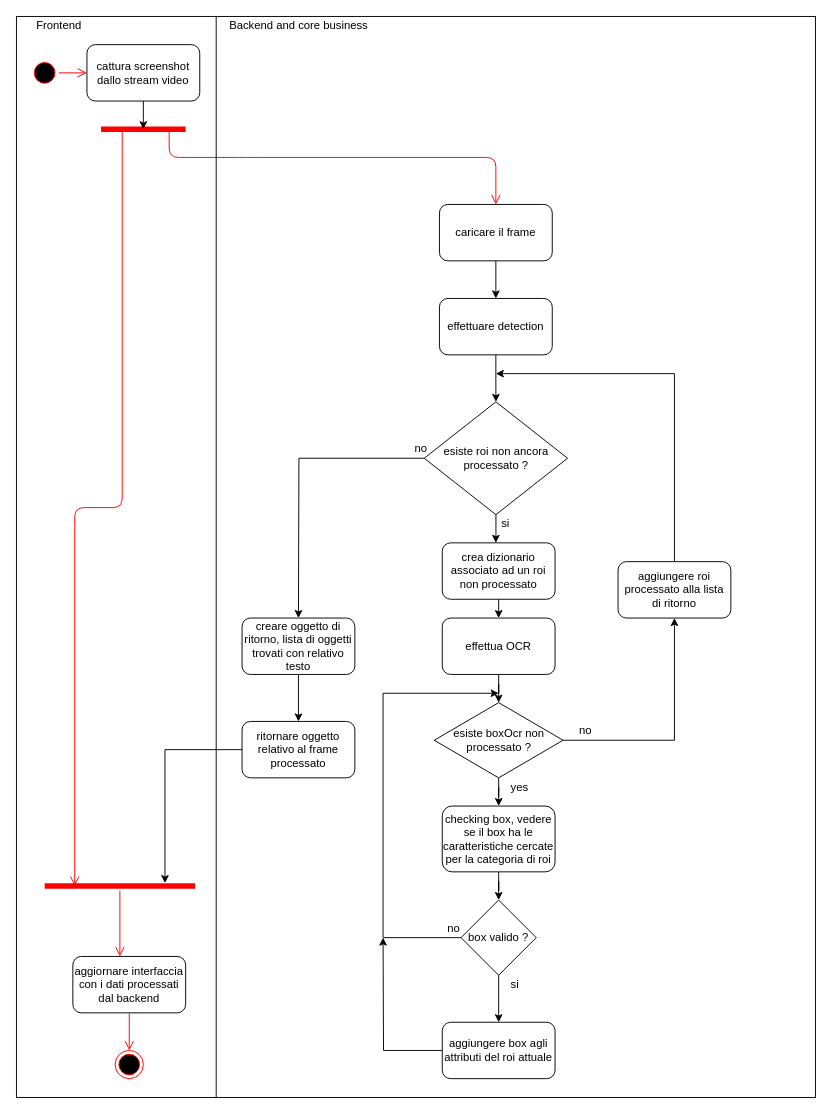
This is report/uml_activity.drawio from Andrew-Wyn/ing_SW_DIL, a draw.io file, before an edit. Source tidied: cells renumbered, new cells numbered last; positions are measured from the earlier drawing's top-left corner, leaving out a move shared by most shapes. Both pictures are drawn from the tidied source at 94%, with x=0, y=0 at pixel (16, 16).
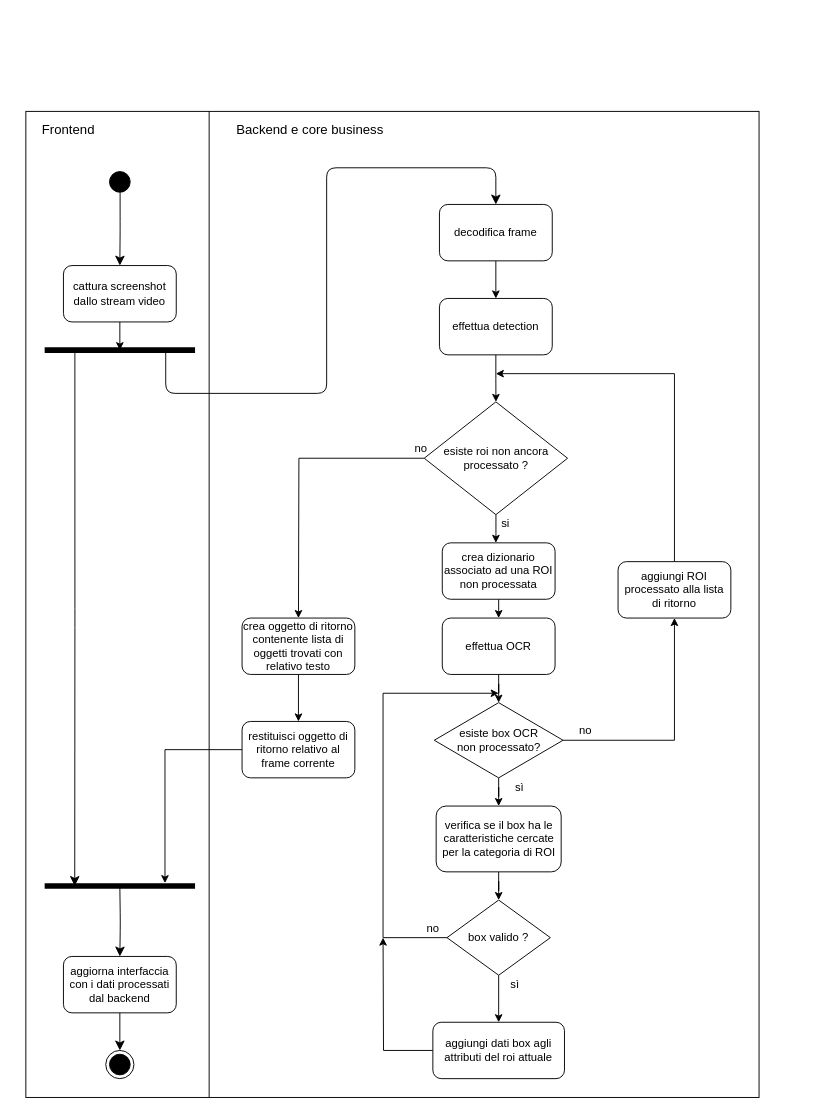
Above is the later version.

Commit message:
Improve activity diagram

Change to the diagram source:
```diff
@@
     <mxCell id="2" style="rounded=0;whiteSpace=wrap;html=1;" parent="1" vertex="1">
-      <mxGeometry width="850" height="1150" as="geometry" />
+      <mxGeometry x="10" y="101" width="780" height="1049" as="geometry" />
     </mxCell>
@@
-    <mxCell id="4" value="caricare il frame" style="rounded=1;whiteSpace=wrap;html=1;" parent="1" vertex="1">
+    <mxCell id="4" value="decodifica frame" style="rounded=1;whiteSpace=wrap;html=1;" parent="1" vertex="1">
       <mxGeometry x="450" y="200" width="120" height="60" as="geometry" />
     </mxCell>
@@
-    <mxCell id="6" value="effettuare detection" style="rounded=1;whiteSpace=wrap;html=1;" parent="1" vertex="1">
+    <mxCell id="6" value="effettua detection" style="rounded=1;whiteSpace=wrap;html=1;" parent="1" vertex="1">
       <mxGeometry x="450" y="300" width="120" height="60" as="geometry" />
     </mxCell>
@@
-    <mxCell id="11" value="crea dizionario associato ad un roi non processato" style="rounded=1;whiteSpace=wrap;html=1;" parent="1" vertex="1">
+    <mxCell id="11" value="crea dizionario associato ad una ROI non processata" style="rounded=1;whiteSpace=wrap;html=1;" parent="1" vertex="1">
       <mxGeometry x="453" y="560" width="120" height="60" as="geometry" />
     </mxCell>
@@
-    <mxCell id="16" value="esiste boxOcr non processato ?" style="rhombus;whiteSpace=wrap;html=1;" parent="1" vertex="1">
+    <mxCell id="16" value="esiste box OCR&lt;br&gt;non processato?" style="rhombus;whiteSpace=wrap;html=1;" parent="1" vertex="1">
       <mxGeometry x="444.5" y="730" width="137" height="80" as="geometry" />
     </mxCell>
@@
-    <mxCell id="18" value="aggiungere roi processato alla lista di ritorno" style="rounded=1;whiteSpace=wrap;html=1;" parent="1" vertex="1">
+    <mxCell id="18" value="aggiungi ROI processato alla lista di ritorno" style="rounded=1;whiteSpace=wrap;html=1;" parent="1" vertex="1">
       <mxGeometry x="640" y="580" width="120" height="60" as="geometry" />
     </mxCell>
@@
-    <mxCell id="20" value="checking box, vedere se il box ha le caratteristiche cercate per la categoria di roi" style="rounded=1;whiteSpace=wrap;html=1;" parent="1" vertex="1">
-      <mxGeometry x="453" y="840" width="120" height="70" as="geometry" />
+    <mxCell id="20" value="verifica se il box ha le caratteristiche cercate per la categoria di ROI" style="rounded=1;whiteSpace=wrap;html=1;" parent="1" vertex="1">
+      <mxGeometry x="446.5" y="840" width="133" height="70" as="geometry" />
     </mxCell>
@@
     <mxCell id="23" value="box valido ?" style="rhombus;whiteSpace=wrap;html=1;" parent="1" vertex="1">
-      <mxGeometry x="473" y="940" width="80" height="80" as="geometry" />
+      <mxGeometry x="458" y="940" width="110" height="80" as="geometry" />
     </mxCell>
@@
-    <mxCell id="25" value="aggiungere box agli attributi del roi attuale" style="rounded=1;whiteSpace=wrap;html=1;" parent="1" vertex="1">
-      <mxGeometry x="453" y="1070" width="120" height="60" as="geometry" />
+    <mxCell id="25" value="aggiungi dati box agli attributi del roi attuale" style="rounded=1;whiteSpace=wrap;html=1;" parent="1" vertex="1">
+      <mxGeometry x="443" y="1070" width="140" height="60" as="geometry" />
     </mxCell>
@@
-    <mxCell id="27" value="creare oggetto di ritorno, lista di oggetti trovati con relativo testo" style="rounded=1;whiteSpace=wrap;html=1;" parent="1" vertex="1">
+    <mxCell id="27" value="crea oggetto di ritorno contenente lista di oggetti trovati con relativo testo" style="rounded=1;whiteSpace=wrap;html=1;" parent="1" vertex="1">
       <mxGeometry x="240" y="640" width="120" height="60" as="geometry" />
     </mxCell>
@@
-    <mxCell id="29" value="ritornare oggetto relativo al frame processato" style="rounded=1;whiteSpace=wrap;html=1;" parent="1" vertex="1">
+    <mxCell id="29" value="restituisci oggetto di ritorno relativo al frame corrente" style="rounded=1;whiteSpace=wrap;html=1;" parent="1" vertex="1">
       <mxGeometry x="240" y="750" width="120" height="60" as="geometry" />
     </mxCell>
@@
-    <mxCell id="31" value="yes" style="text;html=1;align=center;verticalAlign=middle;" parent="1" vertex="1">
-      <mxGeometry x="520" y="810" width="30" height="20" as="geometry" />
+    <mxCell id="31" value="sì" style="text;html=1;align=center;verticalAlign=middle;" parent="1" vertex="1">
+      <mxGeometry x="525" y="810" width="20" height="20" as="geometry" />
     </mxCell>
@@
-    <mxCell id="34" value="si" style="text;html=1;align=center;verticalAlign=middle;" parent="1" vertex="1">
+    <mxCell id="34" value="sì" style="text;html=1;align=center;verticalAlign=middle;" parent="1" vertex="1">
       <mxGeometry x="520" y="1020" width="20" height="20" as="geometry" />
     </mxCell>
     <mxCell id="35" value="no" style="text;html=1;align=center;verticalAlign=middle;" parent="1" vertex="1">
-      <mxGeometry x="449.5" y="960" width="30" height="20" as="geometry" />
+      <mxGeometry x="428" y="961" width="30" height="20" as="geometry" />
     </mxCell>
-    <mxCell id="36" style="shape=line;html=1;strokeWidth=6;strokeColor=#ff0000;" parent="1" vertex="1">
+    <mxCell id="36" style="shape=line;html=1;strokeWidth=6;" parent="1" vertex="1">
       <mxGeometry x="30" y="920" width="160" height="10" as="geometry" />
     </mxCell>
-    <mxCell id="37" style="edgeStyle=orthogonalEdgeStyle;html=1;verticalAlign=bottom;endArrow=open;endSize=8;strokeColor=#ff0000;entryX=0.417;entryY=0;entryDx=0;entryDy=0;entryPerimeter=0;" parent="1" edge="1" source="36" target="43">
-      <mxGeometry relative="1" as="geometry" />
+    <mxCell id="37" style="edgeStyle=orthogonalEdgeStyle;html=1;verticalAlign=bottom;endArrow=classic;endSize=8;entryX=0.5;entryY=0;entryDx=0;entryDy=0;endFill=1;" parent="1" edge="1" target="43">
+      <mxGeometry relative="1" as="geometry">
+        <mxPoint x="110" y="926" as="sourcePoint" />
+      </mxGeometry>
     </mxCell>
-    <mxCell id="38" style="shape=line;html=1;strokeWidth=6;strokeColor=#ff0000;" parent="1" vertex="1">
-      <mxGeometry x="90" y="115" width="90" height="10" as="geometry" />
+    <mxCell id="38" style="shape=line;html=1;strokeWidth=6;" parent="1" vertex="1">
+      <mxGeometry x="30" y="350" width="160" height="10" as="geometry" />
     </mxCell>
-    <mxCell id="39" style="edgeStyle=orthogonalEdgeStyle;html=1;verticalAlign=bottom;endArrow=open;endSize=8;strokeColor=#ff0000;exitX=0.25;exitY=0.5;exitDx=0;exitDy=0;exitPerimeter=0;entryX=0.2;entryY=0.5;entryDx=0;entryDy=0;entryPerimeter=0;" parent="1" edge="1" source="38" target="36">
+    <mxCell id="39" style="edgeStyle=orthogonalEdgeStyle;html=1;verticalAlign=bottom;endArrow=classic;endSize=8;exitX=0.201;exitY=0.467;exitDx=0;exitDy=0;exitPerimeter=0;entryX=0.2;entryY=0.5;entryDx=0;entryDy=0;entryPerimeter=0;endFill=1;" parent="1" edge="1" source="38" target="36">
       <mxGeometry relative="1" as="geometry" />
     </mxCell>
-    <mxCell id="40" style="edgeStyle=orthogonalEdgeStyle;html=1;verticalAlign=bottom;endArrow=open;endSize=8;strokeColor=#ff0000;exitX=0.805;exitY=0.8;exitDx=0;exitDy=0;exitPerimeter=0;" parent="1" edge="1" source="38">
+    <mxCell id="40" style="edgeStyle=orthogonalEdgeStyle;html=1;verticalAlign=bottom;endArrow=classic;endSize=8;exitX=0.805;exitY=0.8;exitDx=0;exitDy=0;exitPerimeter=0;endFill=1;" parent="1" edge="1" source="38">
       <mxGeometry relative="1" as="geometry">
         <mxPoint x="510" y="200" as="targetPoint" />
         <Array as="points">
-          <mxPoint x="246" y="150" />
-          <mxPoint x="510" y="150" />
-          <mxPoint x="510" y="200" />
+          <mxPoint x="159" y="401" />
+          <mxPoint x="330" y="401" />
+          <mxPoint x="330" y="161" />
+          <mxPoint x="510" y="161" />
         </Array>
       </mxGeometry>
     </mxCell>
-    <mxCell id="41" style="edgeStyle=orthogonalEdgeStyle;rounded=0;jettySize=auto;html=1;" parent="1" edge="1" source="42">
+    <mxCell id="41" style="edgeStyle=orthogonalEdgeStyle;rounded=0;jettySize=auto;html=1;endArrow=classic;endFill=1;" parent="1" edge="1" source="42">
       <mxGeometry relative="1" as="geometry">
-        <mxPoint x="135" y="120" as="targetPoint" />
+        <mxPoint x="110" y="355" as="targetPoint" />
+        <Array as="points">
+          <mxPoint x="110" y="355" />
+        </Array>
       </mxGeometry>
     </mxCell>
     <mxCell id="42" value="cattura screenshot&lt;br&gt;dallo stream video" style="rounded=1;whiteSpace=wrap;html=1;" parent="1" vertex="1">
-      <mxGeometry x="75" y="30" width="120" height="60" as="geometry" />
+      <mxGeometry x="50" y="265" width="120" height="60" as="geometry" />
     </mxCell>
-    <mxCell id="43" value="aggiornare interfaccia&lt;br&gt;con i dati processati dal backend" style="rounded=1;whiteSpace=wrap;html=1;" parent="1" vertex="1">
-      <mxGeometry x="60" y="1000" width="120" height="60" as="geometry" />
+    <mxCell id="43" value="aggiorna&amp;nbsp;interfaccia&lt;br&gt;con i dati processati dal backend" style="rounded=1;whiteSpace=wrap;html=1;" parent="1" vertex="1">
+      <mxGeometry x="50" y="1000" width="120" height="60" as="geometry" />
     </mxCell>
@@
-    <mxCell id="45" value="Frontend" style="text;html=1;align=center;verticalAlign=middle;" parent="1" vertex="1">
-      <mxGeometry x="15" width="60" height="20" as="geometry" />
+    <mxCell id="45" value="&lt;font style=&quot;font-size: 14px&quot;&gt;Frontend&lt;/font&gt;" style="text;html=1;align=center;verticalAlign=middle;" parent="1" vertex="1">
+      <mxGeometry x="20" y="111" width="70" height="20" as="geometry" />
     </mxCell>
-    <mxCell id="46" value="Backend and core business" style="text;html=1;align=center;verticalAlign=middle;" parent="1" vertex="1">
-      <mxGeometry x="220" width="160" height="20" as="geometry" />
+    <mxCell id="46" value="&lt;font style=&quot;font-size: 14px&quot;&gt;Backend e core business&lt;/font&gt;" style="text;html=1;align=center;verticalAlign=middle;" parent="1" vertex="1">
+      <mxGeometry x="227" y="111" width="170" height="20" as="geometry" />
     </mxCell>
-    <mxCell id="47" style="ellipse;html=1;shape=startState;fillColor=#000000;strokeColor=#ff0000;" parent="1" vertex="1">
-      <mxGeometry x="15" y="45" width="30" height="30" as="geometry" />
+    <mxCell id="47" style="ellipse;html=1;shape=startState;fillColor=#000000;" parent="1" vertex="1">
+      <mxGeometry x="95" y="161" width="30" height="30" as="geometry" />
     </mxCell>
-    <mxCell id="48" style="edgeStyle=orthogonalEdgeStyle;html=1;verticalAlign=bottom;endArrow=open;endSize=8;strokeColor=#ff0000;" parent="1" edge="1" source="47" target="42">
+    <mxCell id="48" style="edgeStyle=orthogonalEdgeStyle;html=1;verticalAlign=bottom;endArrow=classic;endSize=8;strokeColor=#030000;endFill=1;exitX=0.509;exitY=0.874;exitDx=0;exitDy=0;exitPerimeter=0;" parent="1" edge="1" source="47" target="42">
       <mxGeometry relative="1" as="geometry" />
     </mxCell>
-    <mxCell id="49" style="ellipse;html=1;shape=endState;fillColor=#000000;strokeColor=#ff0000;" parent="1" vertex="1">
-      <mxGeometry x="105" y="1100" width="30" height="30" as="geometry" />
+    <mxCell id="49" style="ellipse;html=1;shape=endState;fillColor=#000000;" parent="1" vertex="1">
+      <mxGeometry x="95" y="1100" width="30" height="30" as="geometry" />
     </mxCell>
-    <mxCell id="50" style="edgeStyle=orthogonalEdgeStyle;html=1;verticalAlign=bottom;endArrow=open;endSize=8;strokeColor=#ff0000;entryX=0.5;entryY=0;entryDx=0;entryDy=0;exitX=0.5;exitY=1;exitDx=0;exitDy=0;" parent="1" edge="1" source="43" target="49">
+    <mxCell id="50" style="edgeStyle=orthogonalEdgeStyle;html=1;verticalAlign=bottom;endArrow=classic;endSize=8;entryX=0.5;entryY=0;entryDx=0;entryDy=0;exitX=0.5;exitY=1;exitDx=0;exitDy=0;endFill=1;" parent="1" edge="1" source="43" target="49">
       <mxGeometry relative="1" as="geometry" />
     </mxCell>
```
